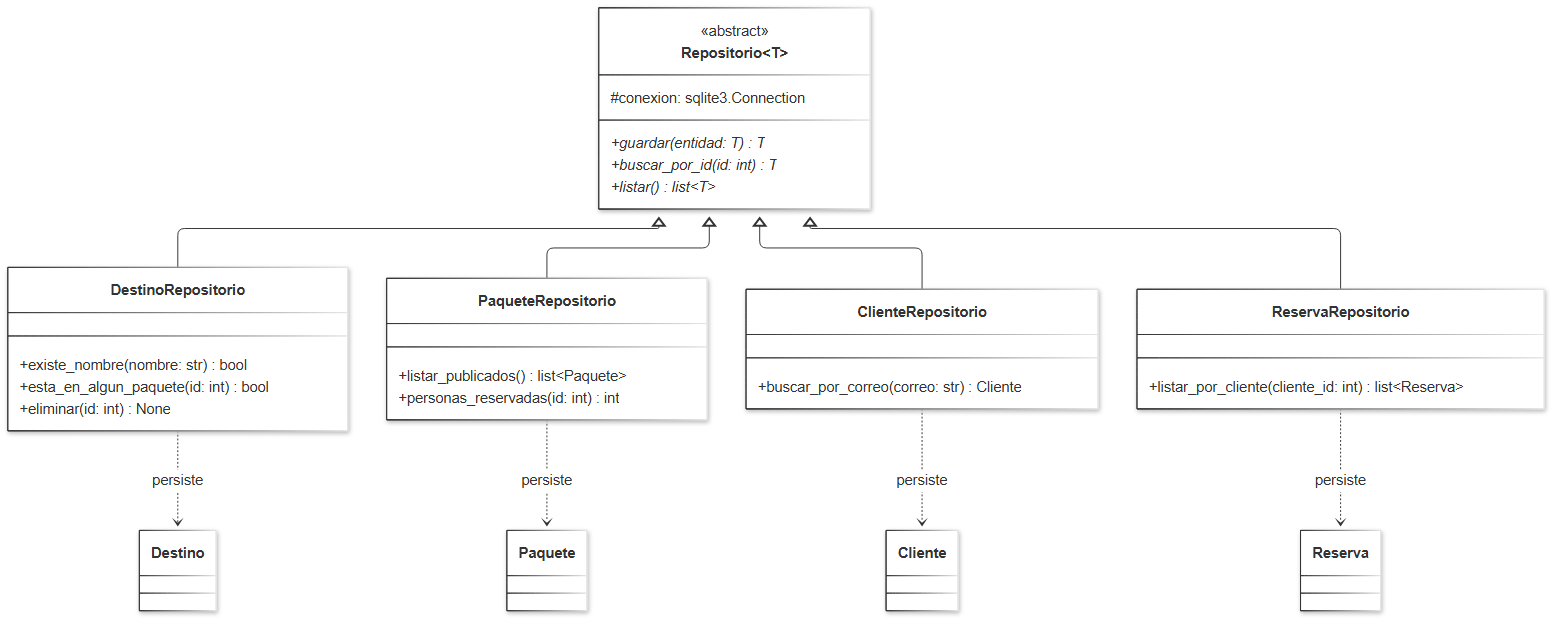
Earlier version of the Mermaid export docs/diagramas/clases-persistencia.png (digicamilo-lgtm/viajes_ventura-CS.LS). Its source is kept beside it as docs/diagramas/clases-persistencia.mmd. The source it was exported from:
```mermaid
classDiagram
  direction TB

  class Repositorio~T~ {
    <<abstract>>
    #conexion: sqlite3.Connection
    +guardar(entidad: T)* T
    +buscar_por_id(id: int)* T
    +listar()* list~T~
  }
  class DestinoRepositorio {
    +existe_nombre(nombre: str) bool
    +esta_en_algun_paquete(id: int) bool
    +eliminar(id: int) None
  }
  class PaqueteRepositorio {
    +listar_publicados() list~Paquete~
    +personas_reservadas(id: int) int
  }
  class ClienteRepositorio {
    +buscar_por_correo(correo: str) Cliente
  }
  class ReservaRepositorio {
    +listar_por_cliente(cliente_id: int) list~Reserva~
  }

  class Destino
  class Paquete
  class Cliente
  class Reserva

  Repositorio~T~ <|-- DestinoRepositorio
  Repositorio~T~ <|-- PaqueteRepositorio
  Repositorio~T~ <|-- ClienteRepositorio
  Repositorio~T~ <|-- ReservaRepositorio
  DestinoRepositorio ..> Destino : persiste
  PaqueteRepositorio ..> Paquete : persiste
  ClienteRepositorio ..> Cliente : persiste
  ReservaRepositorio ..> Reserva : persiste
```
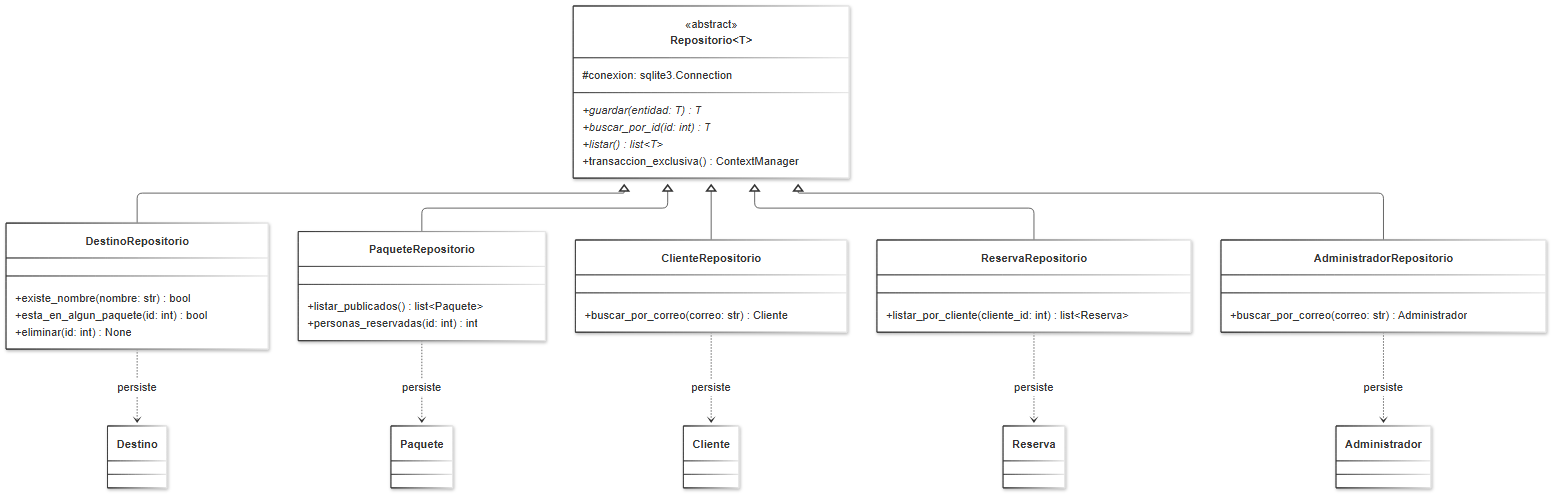
The same diagram one commit later.

The edit, as a diff of the source:
```diff
@@ -7,6 +7,7 @@
     +guardar(entidad: T)* T
     +buscar_por_id(id: int)* T
     +listar()* list~T~
+    +transaccion_exclusiva() ContextManager
   }
   class DestinoRepositorio {
     +existe_nombre(nombre: str) bool
@@ -20,6 +21,9 @@
   class ClienteRepositorio {
     +buscar_por_correo(correo: str) Cliente
   }
+  class AdministradorRepositorio {
+    +buscar_por_correo(correo: str) Administrador
+  }
   class ReservaRepositorio {
     +listar_por_cliente(cliente_id: int) list~Reserva~
   }
@@ -28,12 +32,15 @@
   class Paquete
   class Cliente
   class Reserva
+  class Administrador
 
   Repositorio~T~ <|-- DestinoRepositorio
   Repositorio~T~ <|-- PaqueteRepositorio
   Repositorio~T~ <|-- ClienteRepositorio
   Repositorio~T~ <|-- ReservaRepositorio
+  Repositorio~T~ <|-- AdministradorRepositorio
   DestinoRepositorio ..> Destino : persiste
   PaqueteRepositorio ..> Paquete : persiste
   ClienteRepositorio ..> Cliente : persiste
   ReservaRepositorio ..> Reserva : persiste
+  AdministradorRepositorio ..> Administrador : persiste
```
